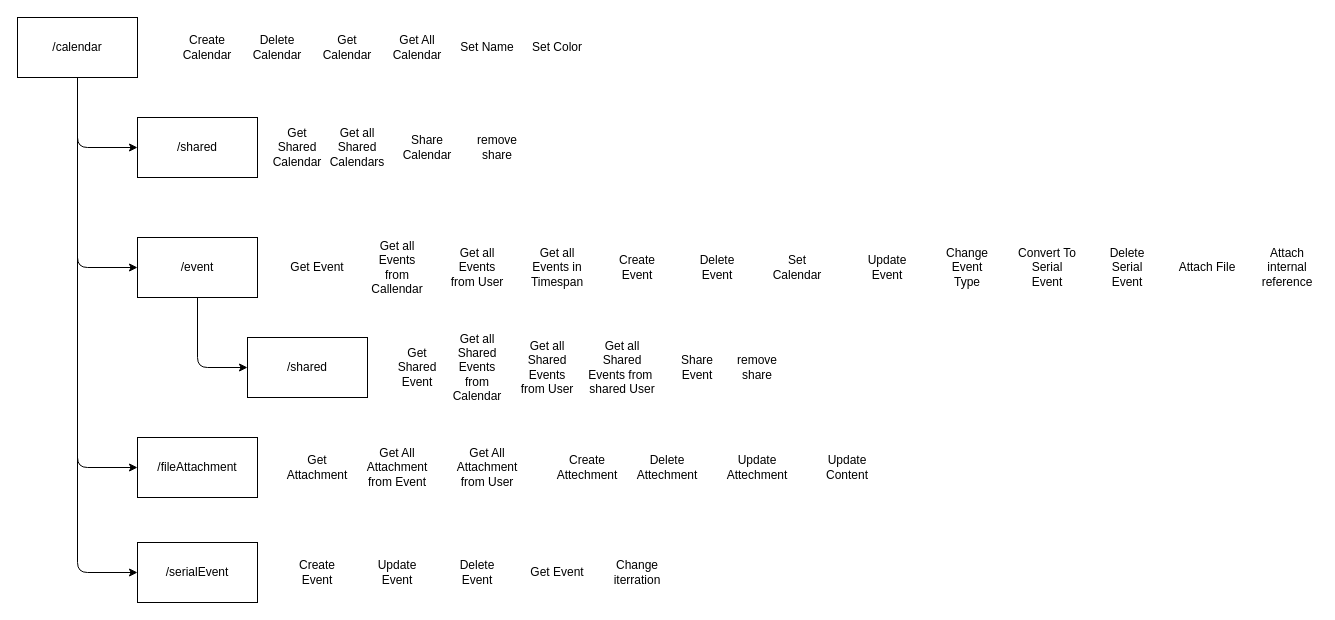
This is page "Calendar" (3 of 3) of Architecture/Backend.drawio from TodoXpress/Documentation, a draw.io file, before an edit. Source tidied: cells renumbered, new cells numbered last; positions are measured from the earlier drawing's top-left corner, leaving out a move shared by most shapes. Both pictures are drawn from the tidied source at 100%, with x=0, y=0 at pixel (17, 17).
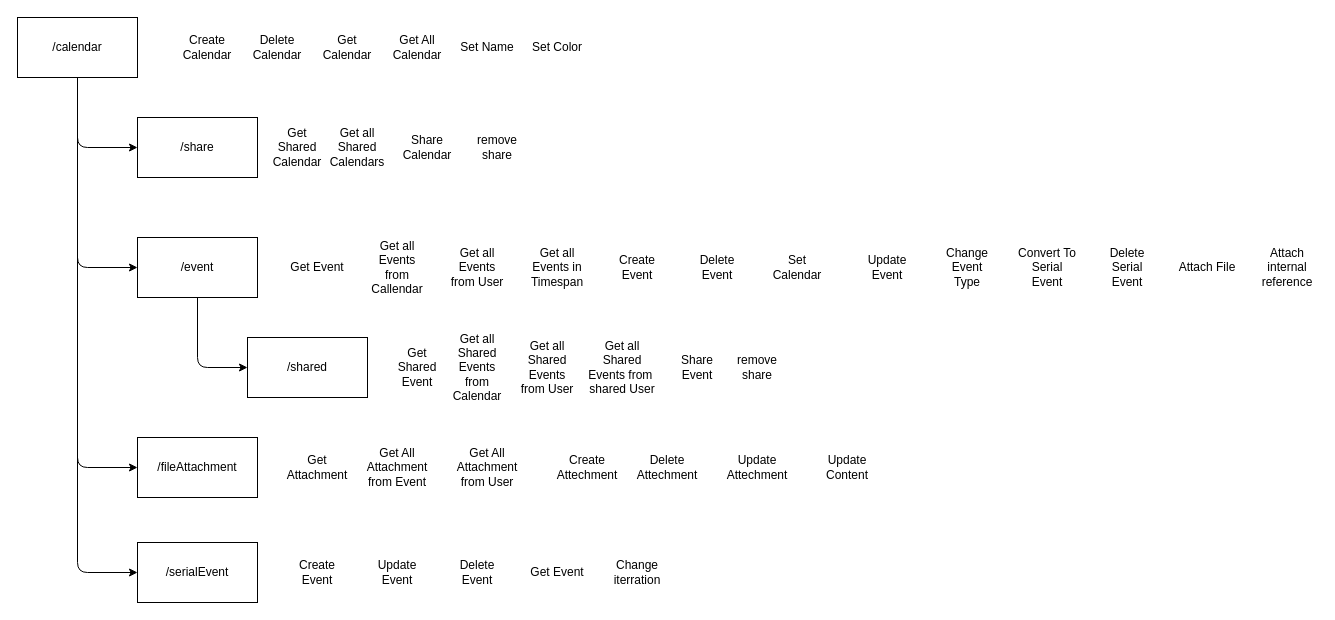
Above is the later version.

Diff of the diagram source:
```diff
@@
-    <mxCell id="49" value="/shared" style="rounded=0;whiteSpace=wrap;html=1;" parent="1" vertex="1">
+    <mxCell id="49" value="/share" style="rounded=0;whiteSpace=wrap;html=1;" parent="1" vertex="1">
       <mxGeometry x="120" y="100" width="120" height="60" as="geometry" />
     </mxCell>
```
